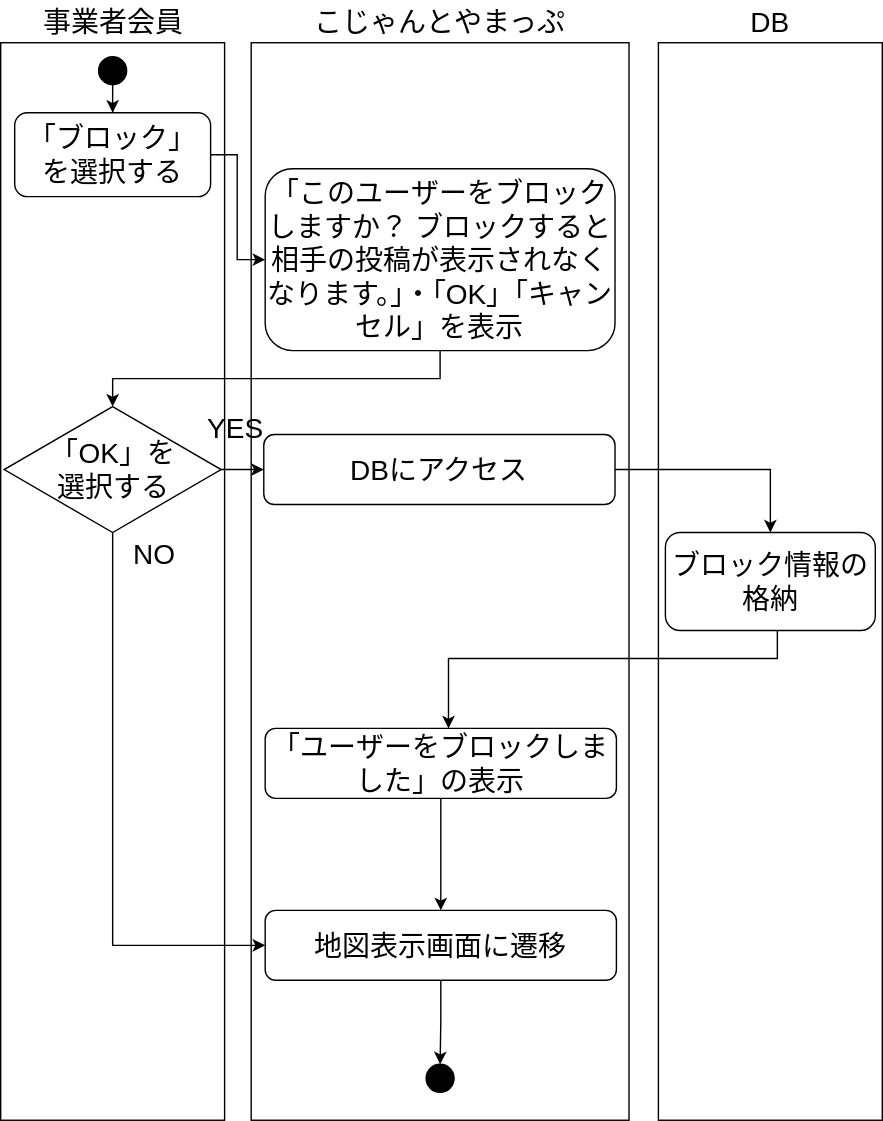
Before: sections/fig_blockpintuho/block_jigyo.svg, a diagram exported from draw.io (KUT-Group12/external-design). Source tidied: cells renumbered, new cells last; positions are measured from the earlier drawing's top-left corner, leaving out a move shared by most shapes.
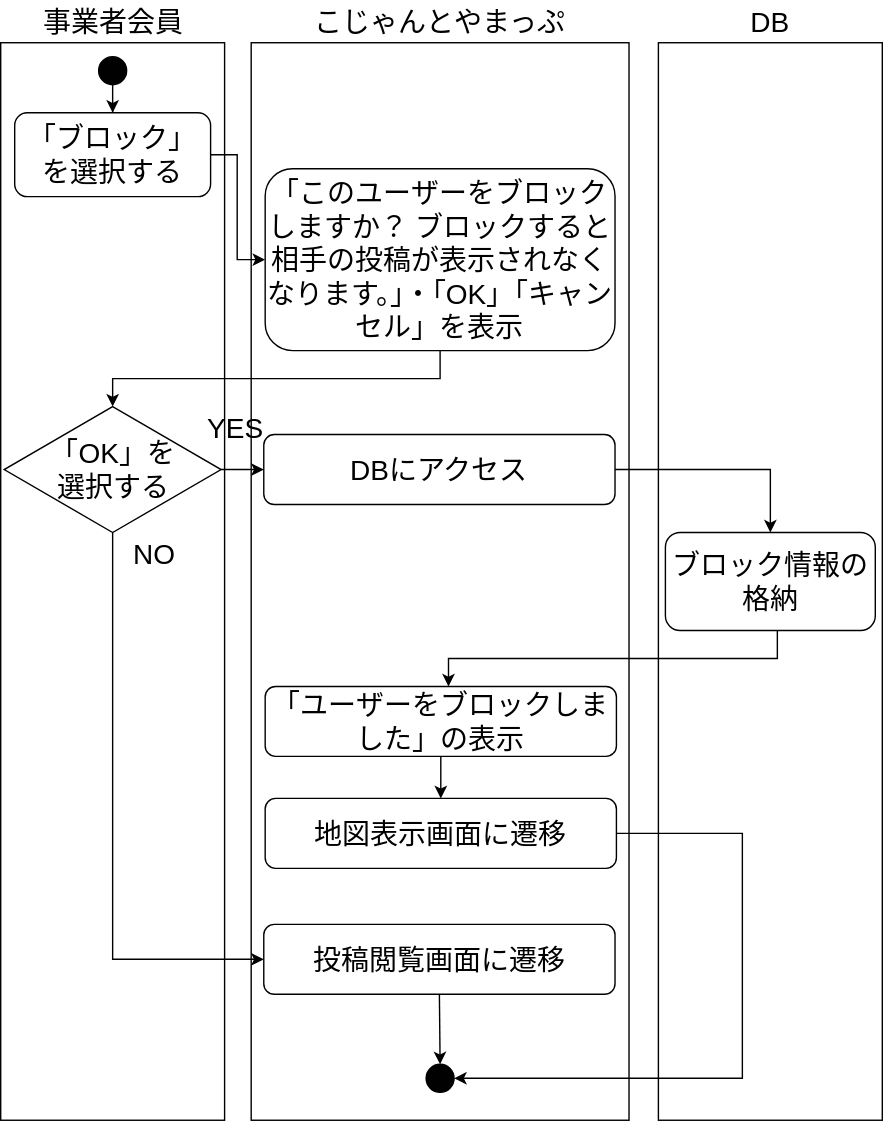
Above is the later version.

Commit message:
docs : ブロックをキャンセルした時に「地図表示画面に遷移」ではなく「投稿閲覧画面に遷移」

Change to the diagram source:
```diff
@@ -51,11 +51,8 @@
     <mxCell id="14" value="&lt;font style=&quot;font-size: 20px;&quot;&gt;ブロック情報の格納&lt;/font&gt;" style="rounded=1;whiteSpace=wrap;html=1;" parent="1" vertex="1">
       <mxGeometry x="475" y="380" width="150" height="70" as="geometry" />
     </mxCell>
-    <mxCell id="15" style="edgeStyle=orthogonalEdgeStyle;rounded=0;jettySize=auto;html=1;exitX=0.5;exitY=1;exitDx=0;exitDy=0;entryX=0.5;entryY=0;entryDx=0;entryDy=0;" parent="1" edge="1" source="16" target="19">
-      <mxGeometry relative="1" as="geometry" />
-    </mxCell>
     <mxCell id="16" value="&lt;font style=&quot;font-size: 20px;&quot;&gt;地図表示画面に遷移&lt;/font&gt;" style="rounded=1;whiteSpace=wrap;html=1;" parent="1" vertex="1">
-      <mxGeometry x="189" y="650" width="251" height="50" as="geometry" />
+      <mxGeometry x="189" y="570" width="251" height="50" as="geometry" />
     </mxCell>
     <mxCell id="17" style="edgeStyle=orthogonalEdgeStyle;rounded=0;jettySize=auto;html=1;exitX=0.5;exitY=1;exitDx=0;exitDy=0;" parent="1" edge="1" source="18" target="10">
       <mxGeometry relative="1" as="geometry" />
@@ -74,7 +71,7 @@
         </Array>
       </mxGeometry>
     </mxCell>
-    <mxCell id="21" style="edgeStyle=orthogonalEdgeStyle;rounded=0;jettySize=auto;html=1;exitX=0.5;exitY=1;exitDx=0;exitDy=0;entryX=0;entryY=0.5;entryDx=0;entryDy=0;" parent="1" edge="1" source="23" target="16">
+    <mxCell id="21" style="edgeStyle=orthogonalEdgeStyle;rounded=0;jettySize=auto;html=1;exitX=0.5;exitY=1;exitDx=0;exitDy=0;entryX=0;entryY=0.5;entryDx=0;entryDy=0;" parent="1" edge="1" source="23" target="30">
       <mxGeometry relative="1" as="geometry" />
     </mxCell>
     <mxCell id="22" style="edgeStyle=orthogonalEdgeStyle;rounded=0;jettySize=auto;html=1;entryX=0;entryY=0.5;entryDx=0;entryDy=0;" parent="1" edge="1" source="23" target="29">
@@ -87,7 +84,7 @@
       <mxGeometry relative="1" as="geometry" />
     </mxCell>
     <mxCell id="25" value="&lt;span style=&quot;font-size: 20px;&quot;&gt;「ユーザーをブロックしました」の表示&lt;/span&gt;" style="rounded=1;whiteSpace=wrap;html=1;" parent="1" vertex="1">
-      <mxGeometry x="189" y="520" width="251" height="50" as="geometry" />
+      <mxGeometry x="189" y="490" width="251" height="50" as="geometry" />
     </mxCell>
     <mxCell id="26" value="&lt;font style=&quot;font-size: 20px;&quot;&gt;YES&lt;/font&gt;" style="text;html=1;whiteSpace=wrap;strokeColor=none;fillColor=none;align=center;verticalAlign=middle;rounded=0;" parent="1" vertex="1">
       <mxGeometry x="137.5" y="290" width="60" height="30" as="geometry" />
@@ -101,5 +98,19 @@
     <mxCell id="29" value="&lt;span style=&quot;font-size: 20px;&quot;&gt;DBにアクセス&lt;/span&gt;" style="rounded=1;whiteSpace=wrap;html=1;" parent="1" vertex="1">
       <mxGeometry x="188" y="310" width="251" height="50" as="geometry" />
     </mxCell>
+    <mxCell id="30" value="&lt;font style=&quot;font-size: 20px;&quot;&gt;投稿閲覧画面に遷移&lt;/font&gt;" style="rounded=1;whiteSpace=wrap;html=1;" parent="1" vertex="1">
+      <mxGeometry x="188" y="660" width="251" height="50" as="geometry" />
+    </mxCell>
+    <mxCell id="31" style="endArrow=classic;html=1;rounded=0;exitX=0.5;exitY=1;exitDx=0;exitDy=0;entryX=0.5;entryY=0;entryDx=0;entryDy=0;" parent="1" edge="1" source="30" target="19">
+      <mxGeometry relative="1" as="geometry" />
+    </mxCell>
+    <mxCell id="15" style="endArrow=classic;html=1;rounded=0;exitX=1;exitY=0.5;exitDx=0;exitDy=0;entryX=1;entryY=0.5;entryDx=0;entryDy=0;edgeStyle=orthogonalEdgeStyle;" parent="1" edge="1" source="16" target="19">
+      <mxGeometry relative="1" as="geometry">
+        <Array as="points">
+          <mxPoint x="530" y="595" />
+          <mxPoint x="530" y="770" />
+        </Array>
+      </mxGeometry>
+    </mxCell>
   </root>
 </mxGraphModel>
```
